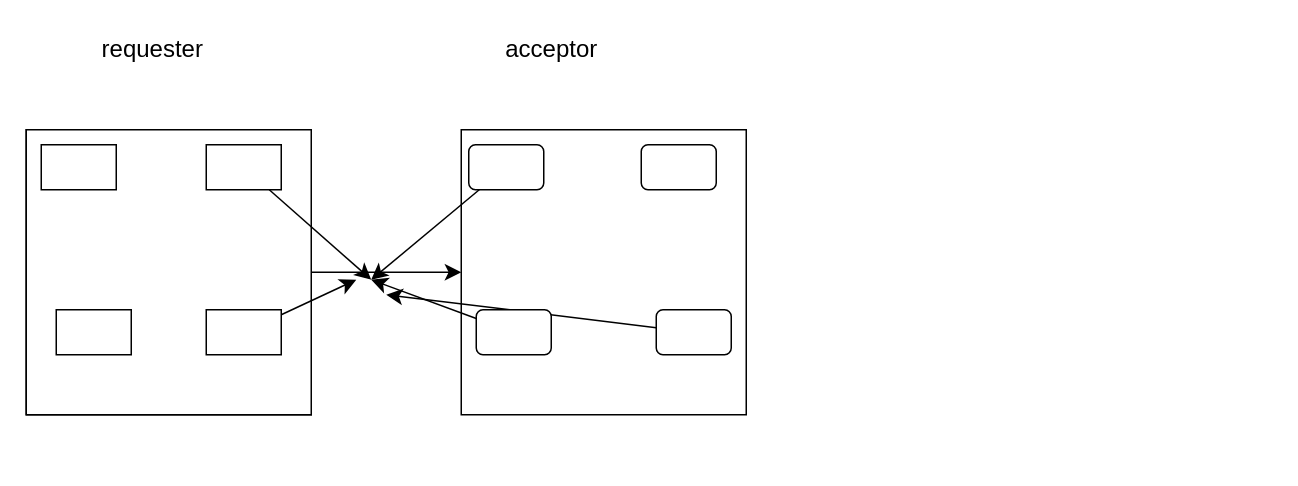
Raidi13/diagrams keeps this draw.io diagram as peering.drawio. Above is the earlier version. Source tidied: cells renumbered, new cells numbered last; positions are measured from the earlier drawing's top-left corner, leaving out a move shared by most shapes. Both pictures are drawn from the tidied source at 150%, with x=0, y=0 at pixel (26, 26).
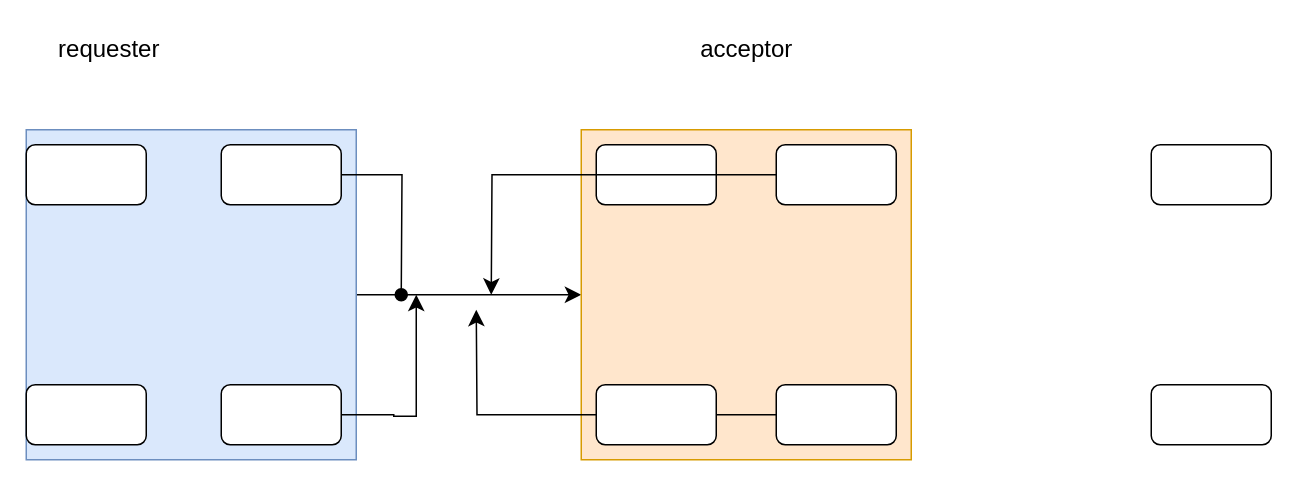
After the change.

The edit, as a diff of the source:
```diff
@@
+    <mxCell id="22" style="edgeStyle=none;curved=1;rounded=0;jettySize=auto;html=1;entryX=0;entryY=0.5;entryDx=0;entryDy=0;fontSize=12;startSize=8;endSize=8;" parent="1" edge="1" source="2" target="23">
+      <mxGeometry relative="1" as="geometry" />
+    </mxCell>
-    <mxCell id="2" style="whiteSpace=wrap;html=1;" parent="1" vertex="1">
-      <mxGeometry y="69" width="190" height="190" as="geometry" />
+    <mxCell id="2" style="whiteSpace=wrap;html=1;fillColor=#dae8fc;strokeColor=#6c8ebf;" parent="1" vertex="1">
+      <mxGeometry y="69" width="220" height="220" as="geometry" />
     </mxCell>
-    <mxCell id="3" style="whiteSpace=wrap;html=1;" parent="1" vertex="1">
-      <mxGeometry x="290" y="69" width="190" height="190" as="geometry" />
-    </mxCell>
-    <mxCell id="4" style="rounded=0;whiteSpace=wrap;html=1;" parent="1" vertex="1">
-      <mxGeometry x="120" y="79" width="50" height="30" as="geometry" />
-    </mxCell>
-    <mxCell id="5" style="edgeStyle=none;curved=1;rounded=0;jettySize=auto;html=1;fontSize=12;startSize=8;endSize=8;" parent="1" edge="1" source="6" target="3">
-      <mxGeometry relative="1" as="geometry" />
-    </mxCell>
-    <mxCell id="6" style="whiteSpace=wrap;html=1;" parent="1" vertex="1">
-      <mxGeometry y="69" width="190" height="190" as="geometry" />
-    </mxCell>
-    <mxCell id="7" style="edgeStyle=none;curved=1;rounded=0;jettySize=auto;html=1;fontSize=12;startSize=8;endSize=8;" parent="1" edge="1" source="8">
-      <mxGeometry relative="1" as="geometry">
-        <mxPoint x="230" y="169" as="targetPoint" />
-      </mxGeometry>
-    </mxCell>
-    <mxCell id="8" style="rounded=0;whiteSpace=wrap;html=1;" parent="1" vertex="1">
-      <mxGeometry x="120" y="79" width="50" height="30" as="geometry" />
-    </mxCell>
-    <mxCell id="9" style="edgeStyle=none;curved=1;rounded=0;jettySize=auto;html=1;fontSize=12;startSize=8;endSize=8;" parent="1" edge="1" source="10">
-      <mxGeometry relative="1" as="geometry">
-        <mxPoint x="220" y="169" as="targetPoint" />
-      </mxGeometry>
-    </mxCell>
-    <mxCell id="10" style="rounded=0;whiteSpace=wrap;html=1;" parent="1" vertex="1">
-      <mxGeometry x="120" y="189" width="50" height="30" as="geometry" />
-    </mxCell>
-    <mxCell id="11" style="rounded=0;whiteSpace=wrap;html=1;" parent="1" vertex="1">
-      <mxGeometry x="20" y="189" width="50" height="30" as="geometry" />
-    </mxCell>
-    <mxCell id="12" style="rounded=0;whiteSpace=wrap;html=1;" parent="1" vertex="1">
-      <mxGeometry x="10" y="79" width="50" height="30" as="geometry" />
-    </mxCell>
-    <mxCell id="13" style="edgeStyle=none;curved=1;rounded=0;jettySize=auto;html=1;fontSize=12;startSize=8;endSize=8;" parent="1" edge="1" source="14">
-      <mxGeometry relative="1" as="geometry">
-        <mxPoint x="230" y="169" as="targetPoint" />
-      </mxGeometry>
-    </mxCell>
-    <mxCell id="14" style="rounded=1;whiteSpace=wrap;html=1;" parent="1" vertex="1">
-      <mxGeometry x="295" y="79" width="50" height="30" as="geometry" />
-    </mxCell>
-    <mxCell id="15" style="rounded=1;whiteSpace=wrap;html=1;" parent="1" vertex="1">
-      <mxGeometry x="410" y="79" width="50" height="30" as="geometry" />
-    </mxCell>
-    <mxCell id="16" style="edgeStyle=none;curved=1;rounded=0;jettySize=auto;html=1;fontSize=12;startSize=8;endSize=8;" parent="1" edge="1" source="17">
-      <mxGeometry relative="1" as="geometry">
-        <mxPoint x="240" y="179" as="targetPoint" />
-      </mxGeometry>
-    </mxCell>
-    <mxCell id="17" style="rounded=1;whiteSpace=wrap;html=1;" parent="1" vertex="1">
-      <mxGeometry x="420" y="189" width="50" height="30" as="geometry" />
-    </mxCell>
-    <mxCell id="18" style="edgeStyle=none;curved=1;rounded=0;jettySize=auto;html=1;fontSize=12;startSize=8;endSize=8;" parent="1" edge="1" source="19">
-      <mxGeometry relative="1" as="geometry">
-        <mxPoint x="230" y="169" as="targetPoint" />
-      </mxGeometry>
-    </mxCell>
-    <mxCell id="19" style="rounded=1;whiteSpace=wrap;html=1;" parent="1" vertex="1">
-      <mxGeometry x="300" y="189" width="50" height="30" as="geometry" />
-    </mxCell>
     <mxCell id="20" value="requester" style="text;html=1;align=center;verticalAlign=middle;strokeColor=none;fillColor=none;fontSize=16;" parent="1" vertex="1">
-      <mxGeometry x="39" width="90" height="30" as="geometry" />
+      <mxGeometry x="10" width="90" height="30" as="geometry" />
     </mxCell>
     <mxCell id="21" value="acceptor" style="text;html=1;align=center;verticalAlign=middle;strokeColor=none;fillColor=none;fontSize=16;" parent="1" vertex="1">
-      <mxGeometry x="310" width="80" height="30" as="geometry" />
+      <mxGeometry x="440" width="80" height="30" as="geometry" />
     </mxCell>
+    <mxCell id="23" style="whiteSpace=wrap;html=1;fillColor=#ffe6cc;strokeColor=#d79b00;" parent="1" vertex="1">
+      <mxGeometry x="370" y="69" width="220" height="220" as="geometry" />
+    </mxCell>
+    <mxCell id="24" style="rounded=1;whiteSpace=wrap;html=1;" parent="1" vertex="1">
+      <mxGeometry y="79" width="80" height="40" as="geometry" />
+    </mxCell>
+    <mxCell id="25" style="rounded=1;whiteSpace=wrap;html=1;" parent="1" vertex="1">
+      <mxGeometry x="130" y="79" width="80" height="40" as="geometry" />
+    </mxCell>
+    <mxCell id="26" style="rounded=1;whiteSpace=wrap;html=1;" parent="1" vertex="1">
+      <mxGeometry y="239" width="80" height="40" as="geometry" />
+    </mxCell>
+    <mxCell id="27" style="edgeStyle=orthogonalEdgeStyle;rounded=0;jettySize=auto;html=1;fontSize=12;startSize=8;endSize=8;" parent="1" edge="1" source="28">
+      <mxGeometry relative="1" as="geometry">
+        <mxPoint x="260" y="179" as="targetPoint" />
+        <Array as="points">
+          <mxPoint x="245" y="259" />
+          <mxPoint x="245" y="260" />
+        </Array>
+      </mxGeometry>
+    </mxCell>
+    <mxCell id="28" style="rounded=1;whiteSpace=wrap;html=1;" parent="1" vertex="1">
+      <mxGeometry x="130" y="239" width="80" height="40" as="geometry" />
+    </mxCell>
+    <mxCell id="29" style="rounded=1;whiteSpace=wrap;html=1;" parent="1" vertex="1">
+      <mxGeometry x="380" y="79" width="80" height="40" as="geometry" />
+    </mxCell>
+    <mxCell id="30" style="rounded=1;whiteSpace=wrap;html=1;" parent="1" vertex="1">
+      <mxGeometry x="750" y="79" width="80" height="40" as="geometry" />
+    </mxCell>
+    <mxCell id="31" style="edgeStyle=orthogonalEdgeStyle;rounded=0;jettySize=auto;html=1;fontSize=12;startSize=8;endSize=8;" parent="1" edge="1" source="32">
+      <mxGeometry relative="1" as="geometry">
+        <mxPoint x="310" y="179" as="targetPoint" />
+      </mxGeometry>
+    </mxCell>
+    <mxCell id="32" style="rounded=1;whiteSpace=wrap;html=1;" parent="1" vertex="1">
+      <mxGeometry x="500" y="79" width="80" height="40" as="geometry" />
+    </mxCell>
+    <mxCell id="33" style="rounded=1;whiteSpace=wrap;html=1;" parent="1" vertex="1">
+      <mxGeometry x="750" y="239" width="80" height="40" as="geometry" />
+    </mxCell>
+    <mxCell id="34" style="edgeStyle=orthogonalEdgeStyle;rounded=0;jettySize=auto;html=1;fontSize=12;startSize=8;endSize=8;" parent="1" edge="1" source="35">
+      <mxGeometry relative="1" as="geometry">
+        <mxPoint x="300" y="189" as="targetPoint" />
+      </mxGeometry>
+    </mxCell>
+    <mxCell id="35" style="rounded=1;whiteSpace=wrap;html=1;" parent="1" vertex="1">
+      <mxGeometry x="500" y="239" width="80" height="40" as="geometry" />
+    </mxCell>
+    <mxCell id="36" style="rounded=1;whiteSpace=wrap;html=1;" parent="1" vertex="1">
+      <mxGeometry x="380" y="239" width="80" height="40" as="geometry" />
+    </mxCell>
+    <mxCell id="37" style="edgeStyle=orthogonalEdgeStyle;rounded=0;jettySize=auto;html=1;fontSize=12;startSize=8;endSize=8;endArrow=oval;endFill=1;" parent="1" edge="1" source="25">
+      <mxGeometry relative="1" as="geometry">
+        <mxPoint x="250" y="179" as="targetPoint" />
+      </mxGeometry>
+    </mxCell>
```
